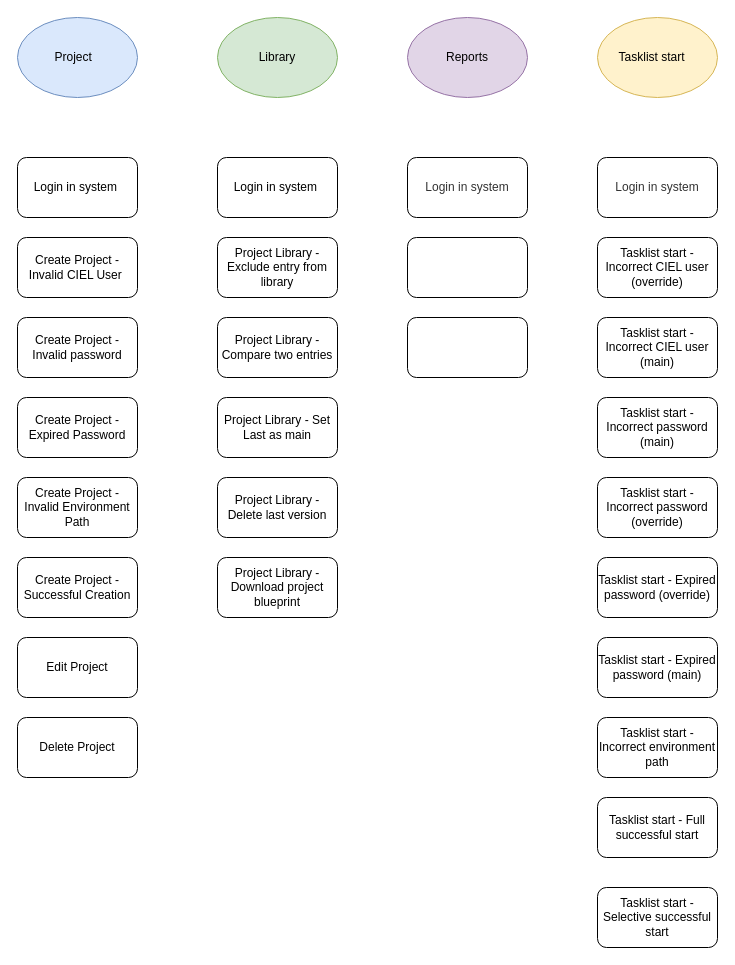
Natali1429/DIA keeps this draw.io diagram as ORCA.drawio. Above is the earlier version. Source tidied: cells renumbered, new cells numbered last; positions are measured from the earlier drawing's top-left corner, leaving out a move shared by most shapes. Both pictures are drawn from the tidied source at 100%, with x=0, y=0 at pixel (17, 17).
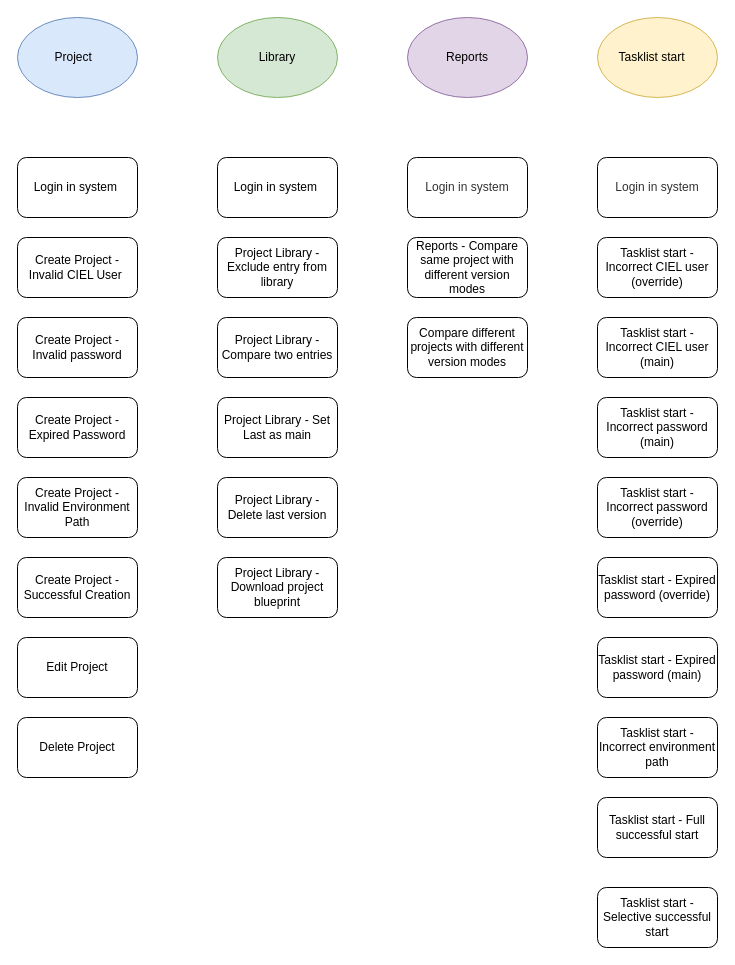
The same page after the edit.

Diff of the diagram source:
```diff
@@
-    <mxCell id="15" style="rounded=1;whiteSpace=wrap;html=1;" parent="1" vertex="1">
+    <mxCell id="15" value="Reports - Compare same project with different version modes" style="rounded=1;whiteSpace=wrap;html=1;" parent="1" vertex="1">
       <mxGeometry x="390" y="220" width="120" height="60" as="geometry" />
     </mxCell>
@@
-    <mxCell id="31" style="rounded=1;whiteSpace=wrap;html=1;" parent="1" vertex="1">
+    <mxCell id="31" value="Compare different projects with different version modes" style="rounded=1;whiteSpace=wrap;html=1;" parent="1" vertex="1">
       <mxGeometry x="390" y="300" width="120" height="60" as="geometry" />
     </mxCell>
```
